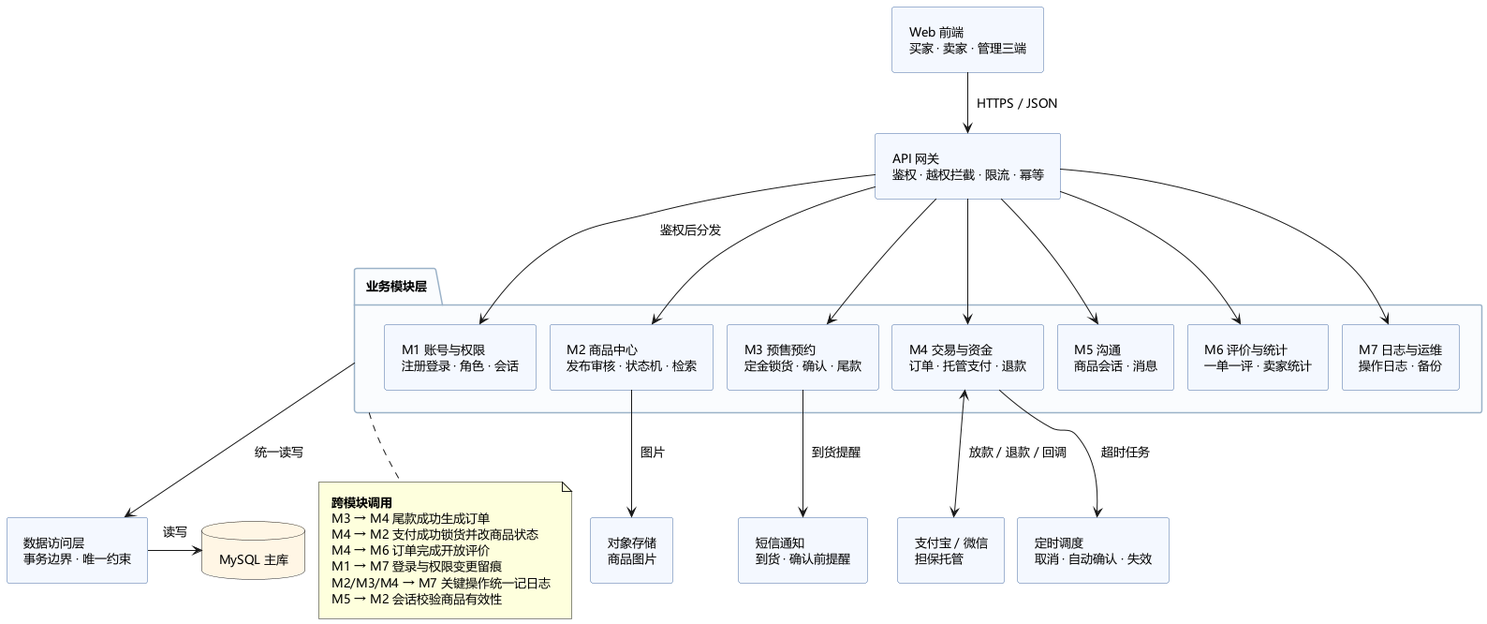
Earlier version of the PlantUML export lab02/UML/组件图.png (XuHR233/SE-lab1-requirements). Source of this version:
```plantuml
@startuml
skinparam defaultFontName "Microsoft YaHei"
skinparam defaultFontSize 13
skinparam shadowing false
skinparam nodesep 14
skinparam ranksep 30
skinparam padding 8
skinparam componentStyle rectangle
skinparam component {
  BackgroundColor #F4F8FF
  BorderColor #4A6FA5
}
skinparam packageBackgroundColor #FAFCFE
skinparam packageBorderColor #9BB2C8
skinparam databaseBackgroundColor #FFF6E5

component "Web 前端\n买家 · 卖家 · 管理三端" as FE
component "API 网关\n鉴权 · 越权拦截 · 限流 · 幂等" as GW

package "业务模块层" as BIZ {
  component "M1 账号与权限\n注册登录 · 角色 · 会话" as M1
  component "M2 商品中心\n发布审核 · 状态机 · 检索" as M2
  component "M3 预售预约\n定金锁货 · 确认 · 尾款" as M3
  component "M4 交易与资金\n订单 · 托管支付 · 退款" as M4
  component "M5 沟通\n商品会话 · 消息" as M5
  component "M6 评价与统计\n一单一评 · 卖家统计" as M6
  component "M7 日志与运维\n操作日志 · 备份" as M7
}

component "数据访问层\n事务边界 · 唯一约束" as DAO
database "MySQL 主库" as DB
component "支付宝 / 微信\n担保托管" as PAY
component "对象存储\n商品图片" as OSS
component "短信通知\n到货 · 确认前提醒" as SMS
component "定时调度\n取消 · 自动确认 · 失效" as SCHED

FE --> GW : HTTPS / JSON

GW --> M1 : 鉴权后分发
GW --> M2
GW --> M3
GW --> M4
GW --> M5
GW --> M6
GW --> M7

BIZ --> DAO : 统一读写
DAO -right-> DB : 读写
M4 <--> PAY : 放款 / 退款 / 回调
M2 --> OSS : 图片
M3 --> SMS : 到货提醒
M4 --> SCHED : 超时任务

note bottom of BIZ
  <b>跨模块调用</b>
  M3 → M4 尾款成功生成订单
  M4 → M2 支付成功锁货并改商品状态
  M4 → M6 订单完成开放评价
  M1 → M7 登录与权限变更留痕
  M2/M3/M4 → M7 关键操作统一记日志
  M5 → M2 会话校验商品有效性
end note

@enduml
```
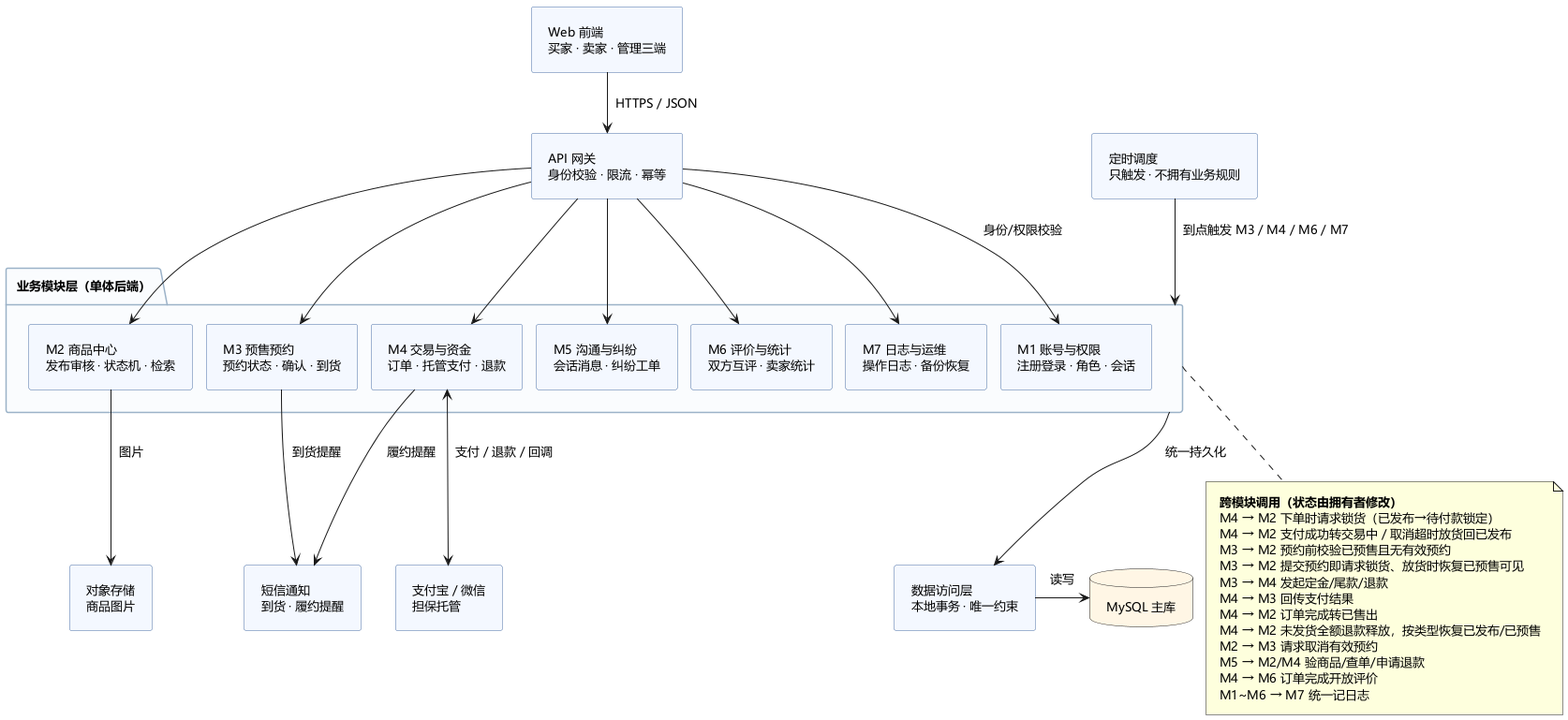
The same diagram one commit later.

Change to the diagram source:
```diff
@@ -15,28 +15,28 @@
 skinparam databaseBackgroundColor #FFF6E5
 
 component "Web 前端\n买家 · 卖家 · 管理三端" as FE
-component "API 网关\n鉴权 · 越权拦截 · 限流 · 幂等" as GW
+component "API 网关\n身份校验 · 限流 · 幂等" as GW
 
-package "业务模块层" as BIZ {
+package "业务模块层（单体后端）" as BIZ {
   component "M1 账号与权限\n注册登录 · 角色 · 会话" as M1
   component "M2 商品中心\n发布审核 · 状态机 · 检索" as M2
-  component "M3 预售预约\n定金锁货 · 确认 · 尾款" as M3
+  component "M3 预售预约\n预约状态 · 确认 · 到货" as M3
   component "M4 交易与资金\n订单 · 托管支付 · 退款" as M4
-  component "M5 沟通\n商品会话 · 消息" as M5
-  component "M6 评价与统计\n一单一评 · 卖家统计" as M6
-  component "M7 日志与运维\n操作日志 · 备份" as M7
+  component "M5 沟通与纠纷\n会话消息 · 纠纷工单" as M5
+  component "M6 评价与统计\n双方互评 · 卖家统计" as M6
+  component "M7 日志与运维\n操作日志 · 备份恢复" as M7
 }
 
-component "数据访问层\n事务边界 · 唯一约束" as DAO
+component "数据访问层\n本地事务 · 唯一约束" as DAO
 database "MySQL 主库" as DB
 component "支付宝 / 微信\n担保托管" as PAY
 component "对象存储\n商品图片" as OSS
-component "短信通知\n到货 · 确认前提醒" as SMS
-component "定时调度\n取消 · 自动确认 · 失效" as SCHED
+component "短信通知\n到货 · 履约提醒" as SMS
+component "定时调度\n只触发 · 不拥有业务规则" as SCHED
 
 FE --> GW : HTTPS / JSON
 
-GW --> M1 : 鉴权后分发
+GW --> M1 : 身份/权限校验
 GW --> M2
 GW --> M3
 GW --> M4
@@ -44,21 +44,28 @@
 GW --> M6
 GW --> M7
 
-BIZ --> DAO : 统一读写
+BIZ --> DAO : 统一持久化
 DAO -right-> DB : 读写
-M4 <--> PAY : 放款 / 退款 / 回调
+M4 <--> PAY : 支付 / 退款 / 回调
 M2 --> OSS : 图片
 M3 --> SMS : 到货提醒
-M4 --> SCHED : 超时任务
+M4 --> SMS : 履约提醒
+SCHED -down-> BIZ : 到点触发 M3 / M4 / M6 / M7
 
 note bottom of BIZ
-  <b>跨模块调用</b>
-  M3 → M4 尾款成功生成订单
-  M4 → M2 支付成功锁货并改商品状态
+  <b>跨模块调用（状态由拥有者修改）</b>
+  M4 → M2 下单时请求锁货（已发布→待付款锁定）
+  M4 → M2 支付成功转交易中 / 取消超时放货回已发布
+  M3 → M2 预约前校验已预售且无有效预约
+  M3 → M2 提交预约即请求锁货、放货时恢复已预售可见
+  M3 → M4 发起定金/尾款/退款
+  M4 → M3 回传支付结果
+  M4 → M2 订单完成转已售出
+  M4 → M2 未发货全额退款释放，按类型恢复已发布/已预售
+  M2 → M3 请求取消有效预约
+  M5 → M2/M4 验商品/查单/申请退款
   M4 → M6 订单完成开放评价
-  M1 → M7 登录与权限变更留痕
-  M2/M3/M4 → M7 关键操作统一记日志
-  M5 → M2 会话校验商品有效性
+  M1~M6 → M7 统一记日志
 end note
 
 @enduml
```
